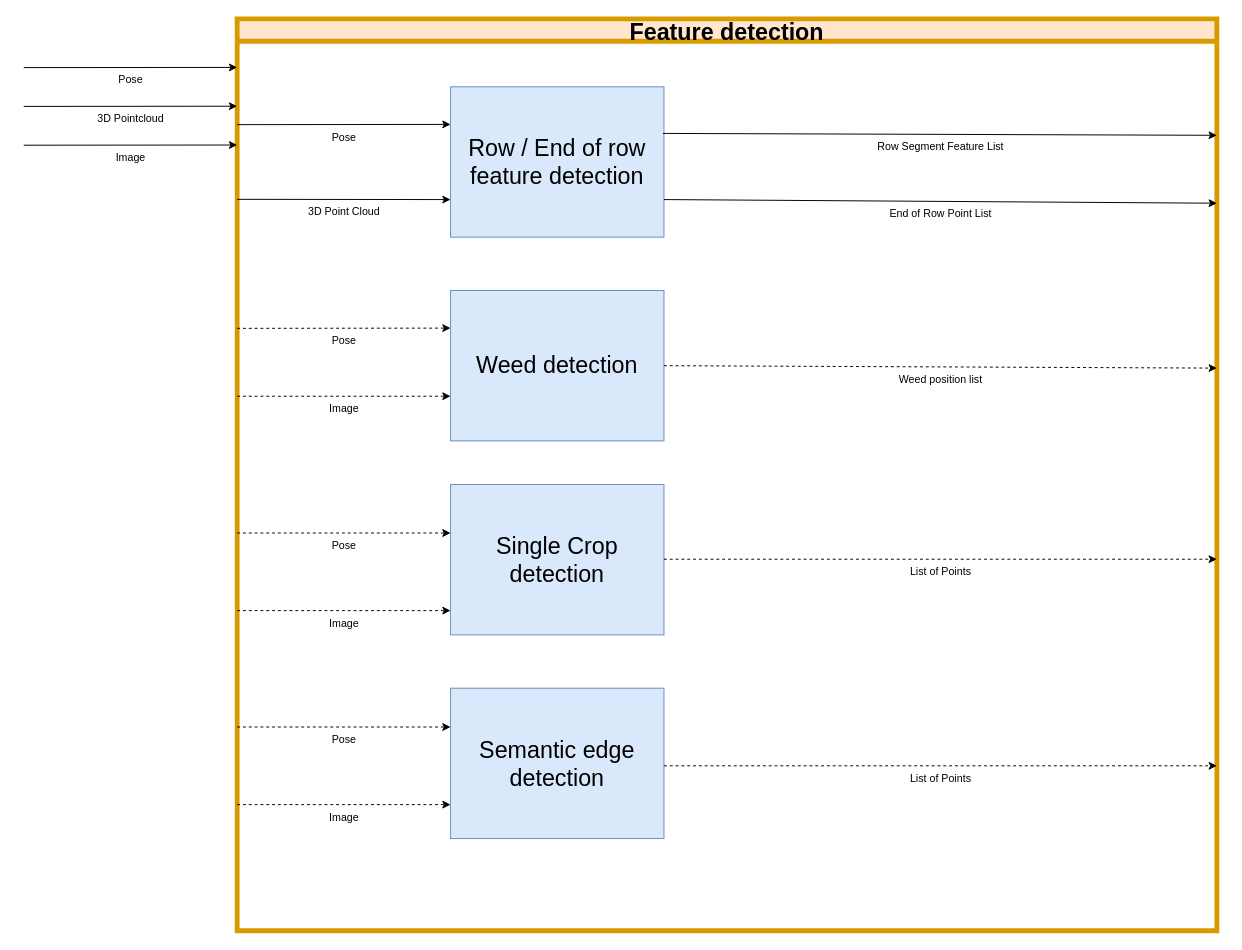
ipa-dmo/ipa_outdoor_docu keeps this draw.io diagram as page "Feature detection" (5 of 6) of TestNav.drawio. Above is the earlier version. Source tidied: cells renumbered, new cells numbered last; positions are measured from the earlier drawing's top-left corner, leaving out a move shared by most shapes. Both pictures are drawn from the tidied source at 97%, with x=0, y=0 at pixel (23, 18).
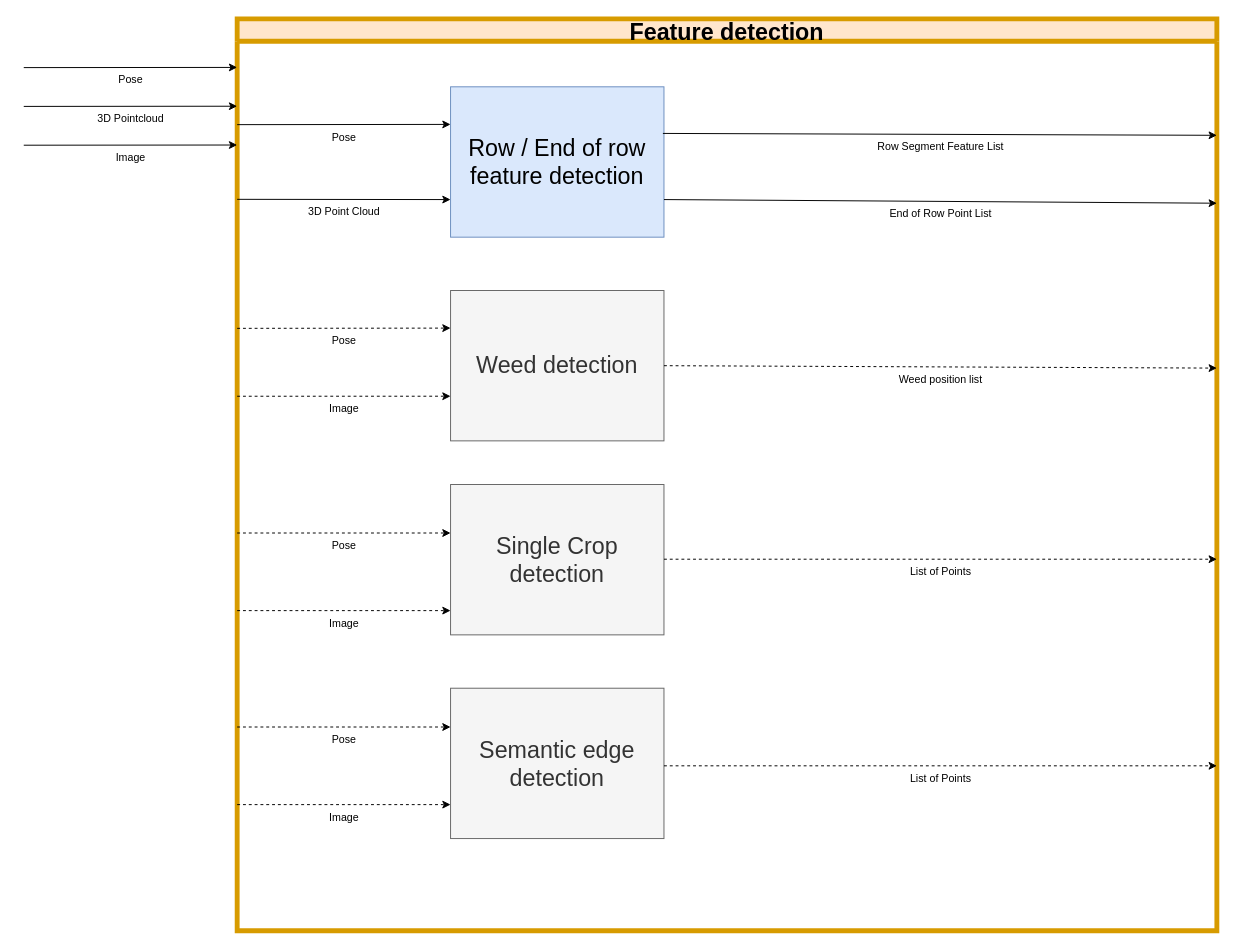
Above is the later version.

Unchanged cells that the change refers to:
```xml
<mxCell id="2" value="Feature detection" style="swimlane;fillColor=#ffe6cc;strokeColor=#d79b00;fontSize=24;strokeWidth=5;" parent="1" vertex="1">
  <mxGeometry x="220" width="1010" height="940" as="geometry" />
</mxCell>
```

Diff of the diagram source:
```diff
@@
-    <mxCell id="8" value="&lt;div&gt;&lt;font style=&quot;font-size: 24px&quot;&gt;Weed detection&lt;/font&gt;&lt;/div&gt;" style="whiteSpace=wrap;html=1;fillColor=#dae8fc;strokeColor=#6c8ebf;" parent="2" vertex="1">
+    <mxCell id="8" value="&lt;div&gt;&lt;font style=&quot;font-size: 24px&quot;&gt;Weed detection&lt;/font&gt;&lt;/div&gt;" style="whiteSpace=wrap;html=1;fillColor=#f5f5f5;strokeColor=#666666;fontColor=#333333;" parent="2" vertex="1">
       <mxGeometry x="220" y="280" width="220" height="155" as="geometry" />
     </mxCell>
@@
-    <mxCell id="11" value="&lt;font style=&quot;font-size: 24px&quot;&gt;Single Crop detection&lt;/font&gt;" style="whiteSpace=wrap;html=1;fillColor=#dae8fc;strokeColor=#6c8ebf;" parent="2" vertex="1">
+    <mxCell id="11" value="&lt;font style=&quot;font-size: 24px&quot;&gt;Single Crop detection&lt;/font&gt;" style="whiteSpace=wrap;html=1;fillColor=#f5f5f5;strokeColor=#666666;fontColor=#333333;" parent="2" vertex="1">
       <mxGeometry x="220" y="480" width="220" height="155" as="geometry" />
     </mxCell>
@@
-    <mxCell id="13" value="&lt;font style=&quot;font-size: 24px&quot;&gt;Semantic edge detection&lt;br&gt;&lt;/font&gt;" style="whiteSpace=wrap;html=1;fillColor=#dae8fc;strokeColor=#6c8ebf;" parent="2" vertex="1">
+    <mxCell id="13" value="&lt;font style=&quot;font-size: 24px&quot;&gt;Semantic edge detection&lt;br&gt;&lt;/font&gt;" style="whiteSpace=wrap;html=1;fillColor=#f5f5f5;strokeColor=#666666;fontColor=#333333;" parent="2" vertex="1">
       <mxGeometry x="220" y="690" width="220" height="155" as="geometry" />
     </mxCell>
```
